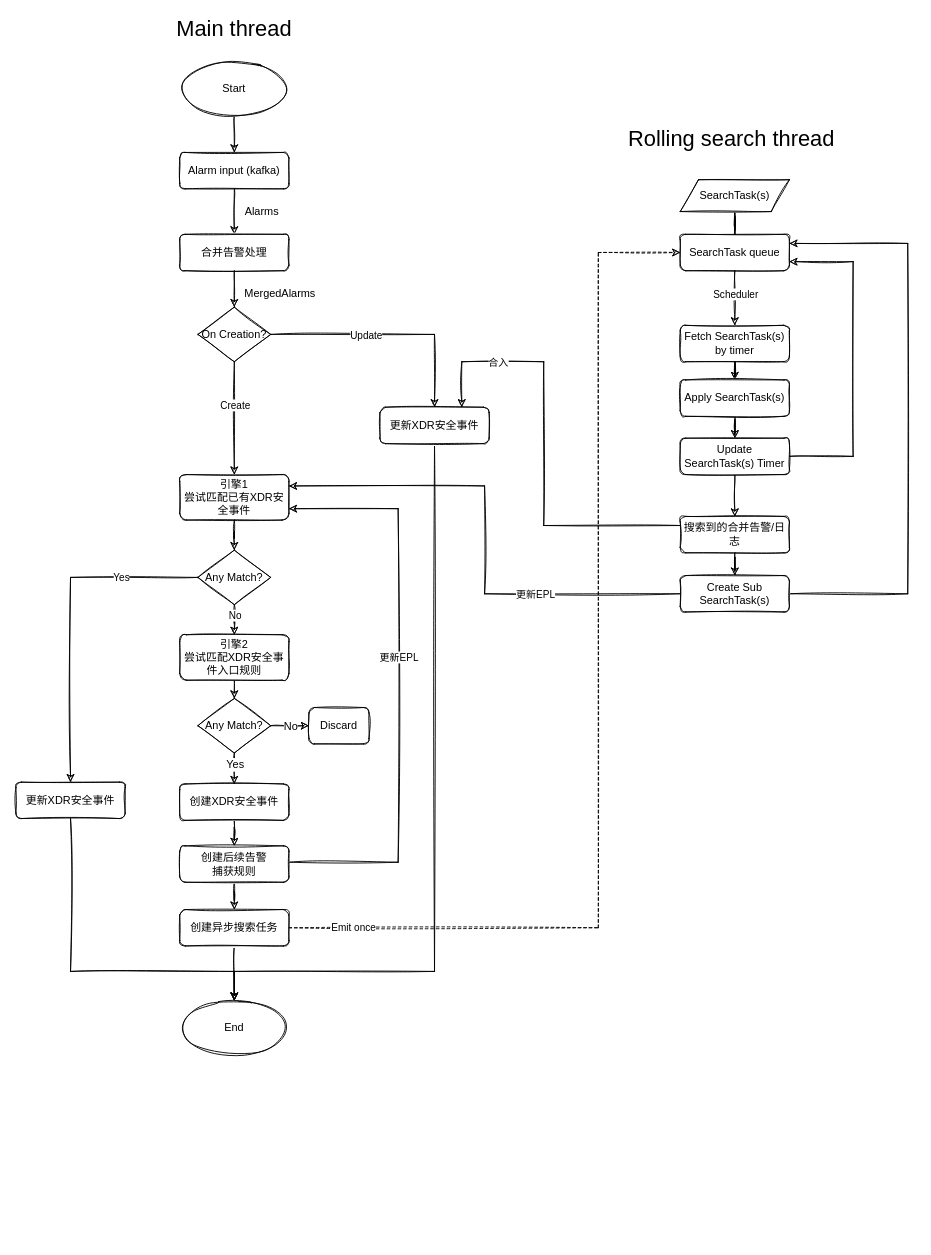
This is Brain2.0-xdr-incident-flow.drawio from popvlovs/popvlovs-repository, a draw.io file, before an edit. Source tidied: cells renumbered, new cells numbered last; positions are measured from the earlier drawing's top-left corner, leaving out a move shared by most shapes. Both pictures are drawn from the tidied source at 91%, with x=0, y=0 at pixel (15, 15).
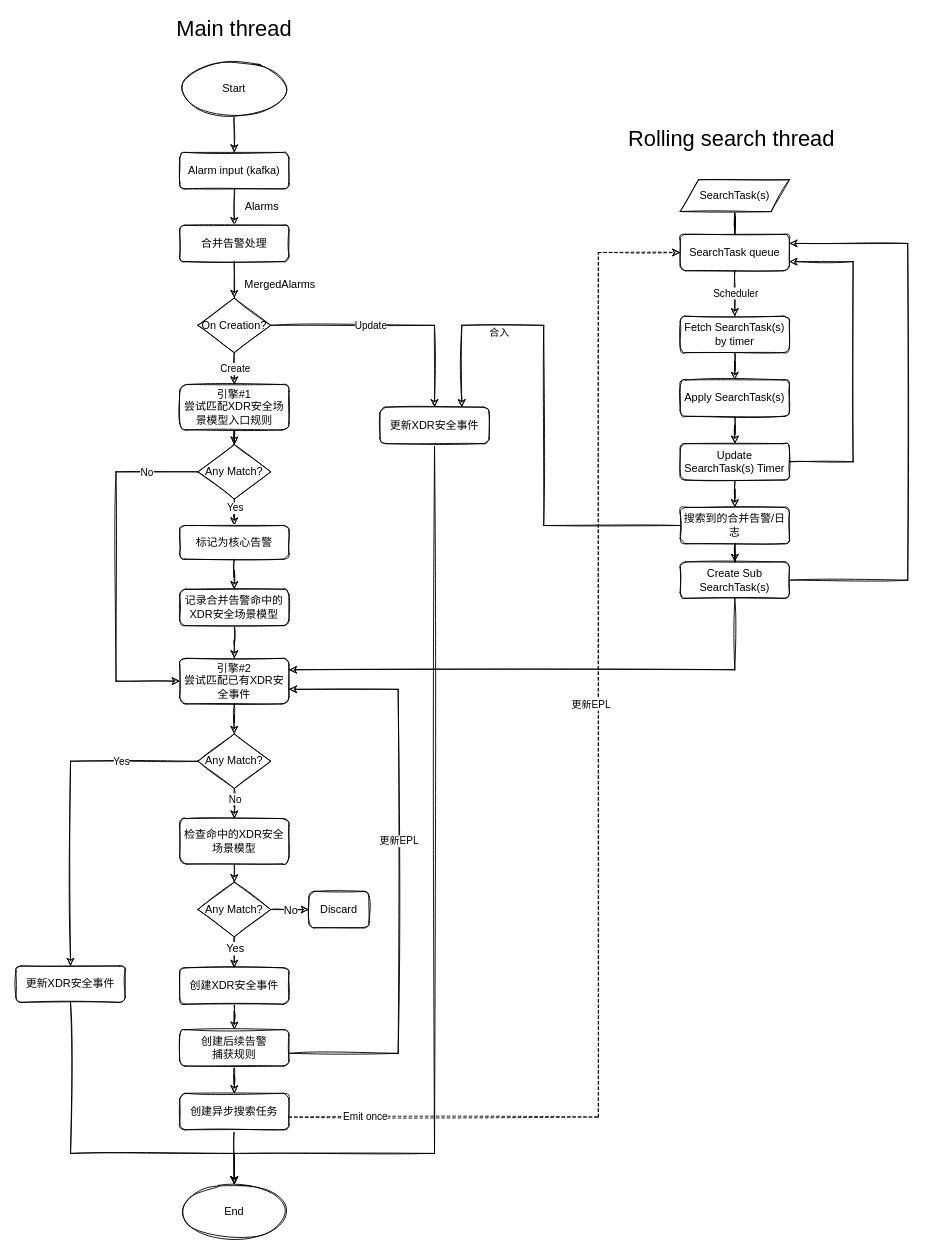
The same page after the edit.

Unchanged cells that the change refers to:
```xml
<mxCell id="14" value="更新XDR安全事件" style="rounded=1;whiteSpace=wrap;html=1;fontSize=12;glass=0;strokeWidth=1;shadow=0;sketch=1;" parent="1" vertex="1">
  <mxGeometry x="400" y="430" width="120" height="40" as="geometry" />
</mxCell>
<mxCell id="40" value="SearchTask queue" style="rounded=1;whiteSpace=wrap;html=1;fontSize=12;glass=0;strokeWidth=1;shadow=0;sketch=1;" parent="1" vertex="1">
  <mxGeometry x="730" y="240" width="120" height="40" as="geometry" />
</mxCell>
```

The edit, as a diff of the source:
```diff
@@
     <mxCell id="5" value="合并告警处理" style="rounded=1;whiteSpace=wrap;html=1;fontSize=12;glass=0;strokeWidth=1;shadow=0;sketch=1;" parent="1" vertex="1">
-      <mxGeometry x="180" y="240" width="120" height="40" as="geometry" />
+      <mxGeometry x="180" y="230" width="120" height="40" as="geometry" />
     </mxCell>
     <mxCell id="6" value="Alarms" style="text;html=1;align=center;verticalAlign=middle;strokeColor=none;fillColor=none;sketch=1;" parent="1" vertex="1">
-      <mxGeometry x="240" y="200" width="60" height="30" as="geometry" />
+      <mxGeometry x="240" y="195" width="60" height="30" as="geometry" />
     </mxCell>
-    <mxCell id="7" style="edgeStyle=orthogonalEdgeStyle;rounded=0;jettySize=auto;html=1;sketch=1;entryX=0.5;entryY=0;entryDx=0;entryDy=0;" parent="1" edge="1" source="11" target="16">
+    <mxCell id="7" style="edgeStyle=orthogonalEdgeStyle;rounded=0;jettySize=auto;html=1;sketch=1;" parent="1" edge="1" source="11" target="69">
       <mxGeometry relative="1" as="geometry" />
     </mxCell>
@@
     <mxCell id="11" value="On Creation?" style="rhombus;whiteSpace=wrap;html=1;sketch=1;" parent="1" vertex="1">
-      <mxGeometry x="200" y="320" width="80" height="60" as="geometry" />
+      <mxGeometry x="200" y="310" width="80" height="60" as="geometry" />
     </mxCell>
     <mxCell id="12" value="MergedAlarms" style="text;html=1;align=center;verticalAlign=middle;strokeColor=none;fillColor=none;sketch=1;" parent="1" vertex="1">
-      <mxGeometry x="240" y="290" width="100" height="30" as="geometry" />
+      <mxGeometry x="240" y="280" width="100" height="30" as="geometry" />
     </mxCell>
     <mxCell id="13" style="edgeStyle=orthogonalEdgeStyle;rounded=0;jettySize=auto;html=1;sketch=1;" parent="1" edge="1" source="14" target="32">
       <mxGeometry relative="1" as="geometry">
         <Array as="points">
-          <mxPoint x="460" y="1050" />
-          <mxPoint x="240" y="1050" />
+          <mxPoint x="460" y="1250" />
+          <mxPoint x="240" y="1250" />
         </Array>
       </mxGeometry>
     </mxCell>
@@
-    <mxCell id="16" value="引擎1&lt;br&gt;尝试匹配已有XDR安全事件" style="rounded=1;whiteSpace=wrap;html=1;fontSize=12;glass=0;strokeWidth=1;shadow=0;sketch=1;" parent="1" vertex="1">
-      <mxGeometry x="180" y="504" width="120" height="50" as="geometry" />
+    <mxCell id="16" value="引擎#2&lt;br&gt;尝试匹配已有XDR安全事件" style="rounded=1;whiteSpace=wrap;html=1;fontSize=12;glass=0;strokeWidth=1;shadow=0;sketch=1;" parent="1" vertex="1">
+      <mxGeometry x="180" y="706" width="120" height="50" as="geometry" />
     </mxCell>
@@
-    <mxCell id="19" style="edgeStyle=orthogonalEdgeStyle;rounded=0;jettySize=auto;html=1;sketch=1;" parent="1" edge="1" source="21" target="25">
+    <mxCell id="19" style="edgeStyle=orthogonalEdgeStyle;rounded=0;jettySize=auto;html=1;sketch=1;entryX=0.5;entryY=0;entryDx=0;entryDy=0;" parent="1" edge="1" source="21" target="25">
       <mxGeometry relative="1" as="geometry" />
     </mxCell>
@@
     <mxCell id="21" value="Any Match?" style="rhombus;whiteSpace=wrap;html=1;sketch=1;" parent="1" vertex="1">
-      <mxGeometry x="200" y="587" width="80" height="60" as="geometry" />
+      <mxGeometry x="200" y="789" width="80" height="60" as="geometry" />
     </mxCell>
@@
     <mxCell id="23" value="创建XDR安全事件" style="rounded=1;whiteSpace=wrap;html=1;fontSize=12;glass=0;strokeWidth=1;shadow=0;sketch=1;" parent="1" vertex="1">
-      <mxGeometry x="180" y="844" width="120" height="40" as="geometry" />
+      <mxGeometry x="180" y="1046" width="120" height="40" as="geometry" />
     </mxCell>
     <mxCell id="24" style="edgeStyle=orthogonalEdgeStyle;rounded=0;jettySize=auto;html=1;entryX=0.5;entryY=0;entryDx=0;entryDy=0;sketch=1;" parent="1" edge="1" source="25" target="32">
       <mxGeometry relative="1" as="geometry">
         <Array as="points">
-          <mxPoint x="60" y="1050" />
-          <mxPoint x="240" y="1050" />
+          <mxPoint x="60" y="1250" />
+          <mxPoint x="240" y="1250" />
         </Array>
       </mxGeometry>
     </mxCell>
     <mxCell id="25" value="更新XDR安全事件" style="rounded=1;whiteSpace=wrap;html=1;fontSize=12;glass=0;strokeWidth=1;shadow=0;sketch=1;" parent="1" vertex="1">
-      <mxGeometry y="842" width="120" height="40" as="geometry" />
+      <mxGeometry y="1044" width="120" height="40" as="geometry" />
     </mxCell>
@@
     <mxCell id="27" style="edgeStyle=orthogonalEdgeStyle;rounded=0;jettySize=auto;html=1;dashed=1;entryX=0;entryY=0.5;entryDx=0;entryDy=0;sketch=1;" parent="1" edge="1" source="29" target="40">
       <mxGeometry relative="1" as="geometry">
         <Array as="points">
-          <mxPoint x="640" y="1002" />
+          <mxPoint x="640" y="1210" />
           <mxPoint x="640" y="260" />
         </Array>
       </mxGeometry>
     </mxCell>
@@
     <mxCell id="29" value="创建异步搜索任务" style="rounded=1;whiteSpace=wrap;html=1;fontSize=12;glass=0;strokeWidth=1;shadow=0;sketch=1;" parent="1" vertex="1">
-      <mxGeometry x="180" y="982" width="120" height="40" as="geometry" />
+      <mxGeometry x="180" y="1184" width="120" height="40" as="geometry" />
     </mxCell>
@@
     <mxCell id="32" value="End" style="ellipse;whiteSpace=wrap;html=1;sketch=1;" parent="1" vertex="1">
-      <mxGeometry x="180" y="1082" width="120" height="60" as="geometry" />
+      <mxGeometry x="180" y="1284" width="120" height="60" as="geometry" />
     </mxCell>
@@
-    <mxCell id="34" style="edgeStyle=orthogonalEdgeStyle;rounded=0;jettySize=auto;html=1;sketch=1;entryX=1;entryY=0.75;entryDx=0;entryDy=0;" parent="1" edge="1" source="36" target="16">
+    <mxCell id="34" style="edgeStyle=orthogonalEdgeStyle;rounded=0;jettySize=auto;html=1;sketch=1;" parent="1" edge="1" source="36" target="16">
       <mxGeometry relative="1" as="geometry">
         <Array as="points">
-          <mxPoint x="420" y="930" />
-          <mxPoint x="420" y="542" />
+          <mxPoint x="420" y="1140" />
+          <mxPoint x="420" y="740" />
         </Array>
       </mxGeometry>
     </mxCell>
@@
     <mxCell id="36" value="创建后续告警&lt;br&gt;捕获规则" style="rounded=1;whiteSpace=wrap;html=1;fontSize=12;glass=0;strokeWidth=1;shadow=0;sketch=1;" parent="1" vertex="1">
-      <mxGeometry x="180" y="912" width="120" height="40" as="geometry" />
+      <mxGeometry x="180" y="1114" width="120" height="40" as="geometry" />
     </mxCell>
@@
     <mxCell id="44" style="edgeStyle=orthogonalEdgeStyle;rounded=0;jettySize=auto;html=1;entryX=1;entryY=0.75;entryDx=0;entryDy=0;exitX=1;exitY=0.5;exitDx=0;exitDy=0;sketch=1;" parent="1" edge="1" source="46" target="40">
       <mxGeometry relative="1" as="geometry">
         <Array as="points">
-          <mxPoint x="920" y="484" />
+          <mxPoint x="920" y="490" />
           <mxPoint x="920" y="270" />
         </Array>
       </mxGeometry>
     </mxCell>
@@
     <mxCell id="46" value="Update &lt;br&gt;SearchTask(s) Timer" style="rounded=1;whiteSpace=wrap;html=1;fontSize=12;glass=0;strokeWidth=1;shadow=0;sketch=1;" parent="1" vertex="1">
-      <mxGeometry x="730" y="464" width="120" height="40" as="geometry" />
+      <mxGeometry x="730" y="470" width="120" height="40" as="geometry" />
     </mxCell>
@@
     <mxCell id="49" value="Fetch SearchTask(s) by timer" style="rounded=1;whiteSpace=wrap;html=1;fontSize=12;glass=0;strokeWidth=1;shadow=0;sketch=1;" parent="1" vertex="1">
-      <mxGeometry x="730" y="340" width="120" height="40" as="geometry" />
+      <mxGeometry x="730" y="330" width="120" height="40" as="geometry" />
     </mxCell>
-    <mxCell id="50" style="edgeStyle=orthogonalEdgeStyle;rounded=0;jettySize=auto;html=1;entryX=0.75;entryY=0;entryDx=0;entryDy=0;exitX=0;exitY=0.25;exitDx=0;exitDy=0;sketch=1;" parent="1" edge="1" source="55" target="14">
+    <mxCell id="50" style="edgeStyle=orthogonalEdgeStyle;rounded=0;jettySize=auto;html=1;entryX=0.75;entryY=0;entryDx=0;entryDy=0;sketch=1;exitX=0;exitY=0.5;exitDx=0;exitDy=0;" parent="1" edge="1" source="55" target="14">
       <mxGeometry relative="1" as="geometry">
         <Array as="points">
           <mxPoint x="580" y="560" />
-          <mxPoint x="580" y="380" />
-          <mxPoint x="490" y="380" />
+          <mxPoint x="580" y="340" />
+          <mxPoint x="490" y="340" />
         </Array>
       </mxGeometry>
     </mxCell>
     <mxCell id="51" value="合入" style="edgeLabel;html=1;align=center;verticalAlign=middle;" parent="50" vertex="1">
       <mxGeometry x="0.71" y="-1" relative="1" as="geometry">
-        <mxPoint x="21" y="1" as="offset" />
+        <mxPoint x="41" y="-3" as="offset" />
       </mxGeometry>
     </mxCell>
-    <mxCell id="52" style="edgeStyle=orthogonalEdgeStyle;rounded=0;jettySize=auto;html=1;exitX=0;exitY=0.5;exitDx=0;exitDy=0;entryX=1;entryY=0.25;entryDx=0;entryDy=0;sketch=1;" parent="1" edge="1" source="67" target="16">
-      <mxGeometry relative="1" as="geometry" />
+    <mxCell id="52" style="edgeStyle=orthogonalEdgeStyle;rounded=0;jettySize=auto;html=1;exitX=0.5;exitY=1;exitDx=0;exitDy=0;entryX=1;entryY=0.25;entryDx=0;entryDy=0;sketch=1;" parent="1" edge="1" source="67" target="16">
+      <mxGeometry relative="1" as="geometry">
+        <Array as="points">
+          <mxPoint x="790" y="719" />
+        </Array>
+      </mxGeometry>
     </mxCell>
     <mxCell id="53" value="更新EPL" style="edgeLabel;html=1;align=center;verticalAlign=middle;" parent="52" vertex="1">
       <mxGeometry x="-0.36" y="-5" relative="1" as="geometry">
-        <mxPoint x="16" y="5" as="offset" />
+        <mxPoint x="-55" y="43" as="offset" />
       </mxGeometry>
     </mxCell>
@@
     <mxCell id="55" value="搜索到的合并告警/日志" style="rounded=1;whiteSpace=wrap;html=1;fontSize=12;glass=0;strokeWidth=1;shadow=0;sketch=1;" parent="1" vertex="1">
-      <mxGeometry x="730" y="550" width="120" height="40" as="geometry" />
+      <mxGeometry x="730" y="540" width="120" height="40" as="geometry" />
     </mxCell>
@@
-    <mxCell id="57" value="引擎2&lt;br&gt;尝试匹配XDR安全事件入口规则" style="rounded=1;whiteSpace=wrap;html=1;fontSize=12;glass=0;strokeWidth=1;shadow=0;sketch=1;" parent="1" vertex="1">
-      <mxGeometry x="180" y="680" width="120" height="50" as="geometry" />
+    <mxCell id="57" value="检查命中的XDR安全场景模型" style="rounded=1;whiteSpace=wrap;html=1;fontSize=12;glass=0;strokeWidth=1;shadow=0;sketch=1;" parent="1" vertex="1">
+      <mxGeometry x="180" y="882" width="120" height="50" as="geometry" />
     </mxCell>
@@
     <mxCell id="62" value="Any Match?" style="rhombus;whiteSpace=wrap;html=1;sketch=1;" parent="1" vertex="1">
-      <mxGeometry x="200" y="750" width="80" height="60" as="geometry" />
+      <mxGeometry x="200" y="952" width="80" height="60" as="geometry" />
     </mxCell>
     <mxCell id="63" value="Discard" style="rounded=1;whiteSpace=wrap;html=1;fontSize=12;glass=0;strokeWidth=1;shadow=0;sketch=1;" parent="1" vertex="1">
-      <mxGeometry x="322" y="760" width="66" height="40" as="geometry" />
+      <mxGeometry x="322" y="962" width="66" height="40" as="geometry" />
     </mxCell>
@@
     <mxCell id="66" style="edgeStyle=orthogonalEdgeStyle;rounded=0;sketch=1;jettySize=auto;html=1;entryX=1;entryY=0.25;entryDx=0;entryDy=0;exitX=1;exitY=0.5;exitDx=0;exitDy=0;" parent="1" edge="1" source="67" target="40">
       <mxGeometry relative="1" as="geometry">
         <Array as="points">
-          <mxPoint x="980" y="635" />
+          <mxPoint x="980" y="620" />
           <mxPoint x="980" y="250" />
         </Array>
       </mxGeometry>
     </mxCell>
     <mxCell id="67" value="Create Sub SearchTask(s)" style="rounded=1;whiteSpace=wrap;html=1;fontSize=12;glass=0;strokeWidth=1;shadow=0;sketch=1;" parent="1" vertex="1">
-      <mxGeometry x="730" y="615" width="120" height="40" as="geometry" />
+      <mxGeometry x="730" y="600" width="120" height="40" as="geometry" />
     </mxCell>
+    <mxCell id="68" style="edgeStyle=orthogonalEdgeStyle;rounded=0;sketch=1;jettySize=auto;html=1;" parent="1" edge="1" source="69" target="74">
+      <mxGeometry relative="1" as="geometry" />
+    </mxCell>
+    <mxCell id="69" value="引擎#1&lt;br&gt;尝试匹配XDR安全场景模型入口规则" style="rounded=1;whiteSpace=wrap;html=1;fontSize=12;glass=0;strokeWidth=1;shadow=0;sketch=1;" parent="1" vertex="1">
+      <mxGeometry x="180" y="405" width="120" height="50" as="geometry" />
+    </mxCell>
+    <mxCell id="70" style="edgeStyle=orthogonalEdgeStyle;rounded=0;sketch=1;jettySize=auto;html=1;" parent="1" edge="1" source="74" target="76">
+      <mxGeometry relative="1" as="geometry" />
+    </mxCell>
+    <mxCell id="71" value="Yes" style="edgeLabel;html=1;align=center;verticalAlign=middle;" parent="70" vertex="1">
+      <mxGeometry x="-0.37" y="1" relative="1" as="geometry">
+        <mxPoint x="-1" y="-7" as="offset" />
+      </mxGeometry>
+    </mxCell>
+    <mxCell id="72" style="edgeStyle=orthogonalEdgeStyle;rounded=0;sketch=1;jettySize=auto;html=1;entryX=0;entryY=0.5;entryDx=0;entryDy=0;" parent="1" edge="1" source="74" target="16">
+      <mxGeometry relative="1" as="geometry">
+        <Array as="points">
+          <mxPoint x="110" y="501" />
+          <mxPoint x="110" y="731" />
+        </Array>
+      </mxGeometry>
+    </mxCell>
+    <mxCell id="73" value="No" style="edgeLabel;html=1;align=center;verticalAlign=middle;" parent="72" vertex="1">
+      <mxGeometry x="-0.71" relative="1" as="geometry" />
+    </mxCell>
+    <mxCell id="74" value="Any Match?" style="rhombus;whiteSpace=wrap;html=1;sketch=1;" parent="1" vertex="1">
+      <mxGeometry x="200" y="471" width="80" height="60" as="geometry" />
+    </mxCell>
+    <mxCell id="75" style="edgeStyle=orthogonalEdgeStyle;rounded=0;sketch=1;jettySize=auto;html=1;" parent="1" edge="1" source="76" target="78">
+      <mxGeometry relative="1" as="geometry" />
+    </mxCell>
+    <mxCell id="76" value="标记为核心告警" style="rounded=1;whiteSpace=wrap;html=1;fontSize=12;glass=0;strokeWidth=1;shadow=0;sketch=1;" parent="1" vertex="1">
+      <mxGeometry x="180" y="560" width="120" height="37" as="geometry" />
+    </mxCell>
+    <mxCell id="77" style="edgeStyle=orthogonalEdgeStyle;rounded=0;sketch=1;jettySize=auto;html=1;" parent="1" edge="1" source="78" target="16">
+      <mxGeometry relative="1" as="geometry" />
+    </mxCell>
+    <mxCell id="78" value="记录合并告警命中的XDR安全场景模型" style="rounded=1;whiteSpace=wrap;html=1;fontSize=12;glass=0;strokeWidth=1;shadow=0;sketch=1;" parent="1" vertex="1">
+      <mxGeometry x="180" y="630" width="120" height="40" as="geometry" />
+    </mxCell>
```
